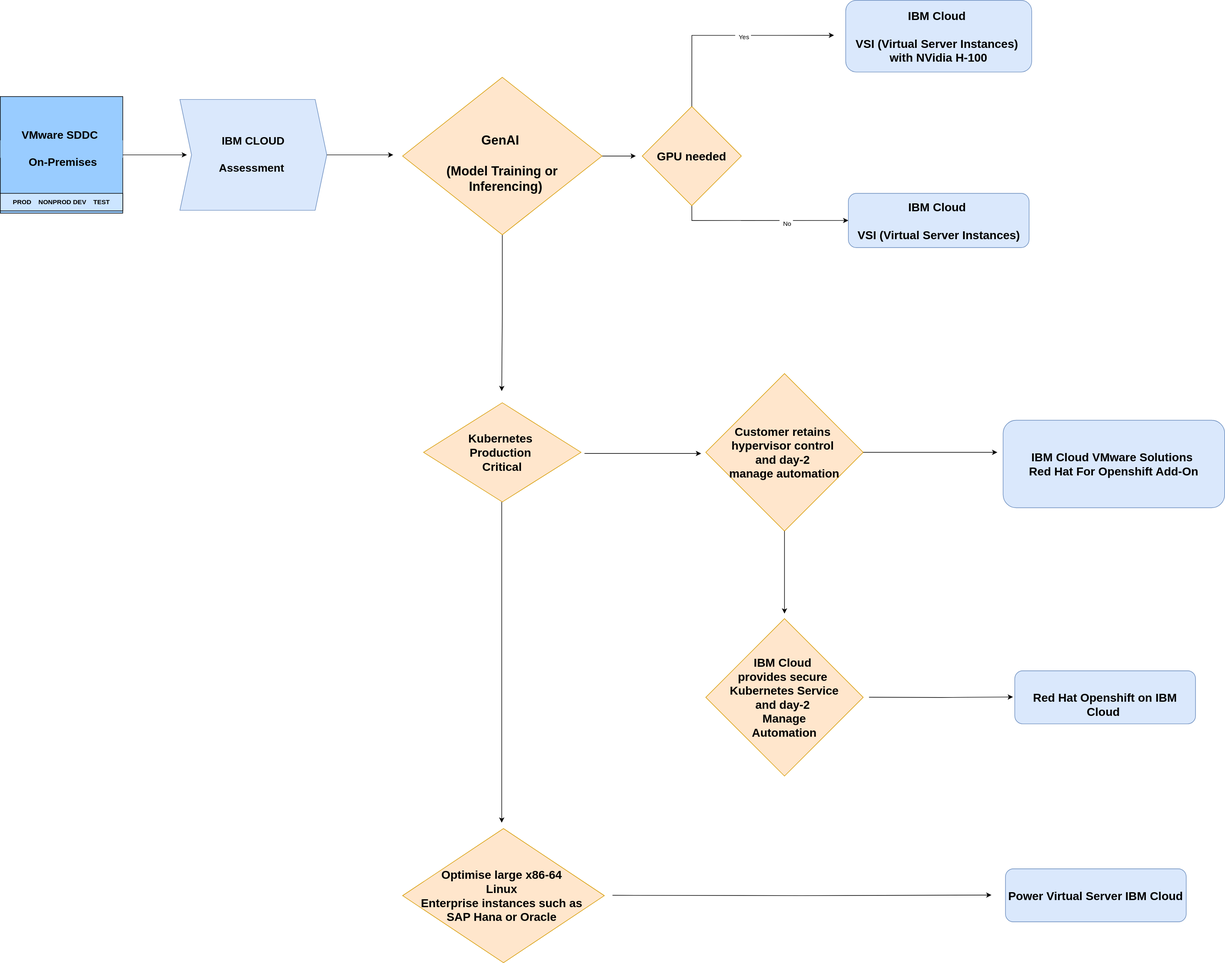
This is allinone-Decision-optimize.svg from ibm-cloud-docs/pattern-migration-options-vmware-workloads, a draw.io export, as it was before one commit. Source tidied: cells renumbered, new cells last; positions are measured from the earlier drawing's top-left corner, leaving out a move shared by most shapes.
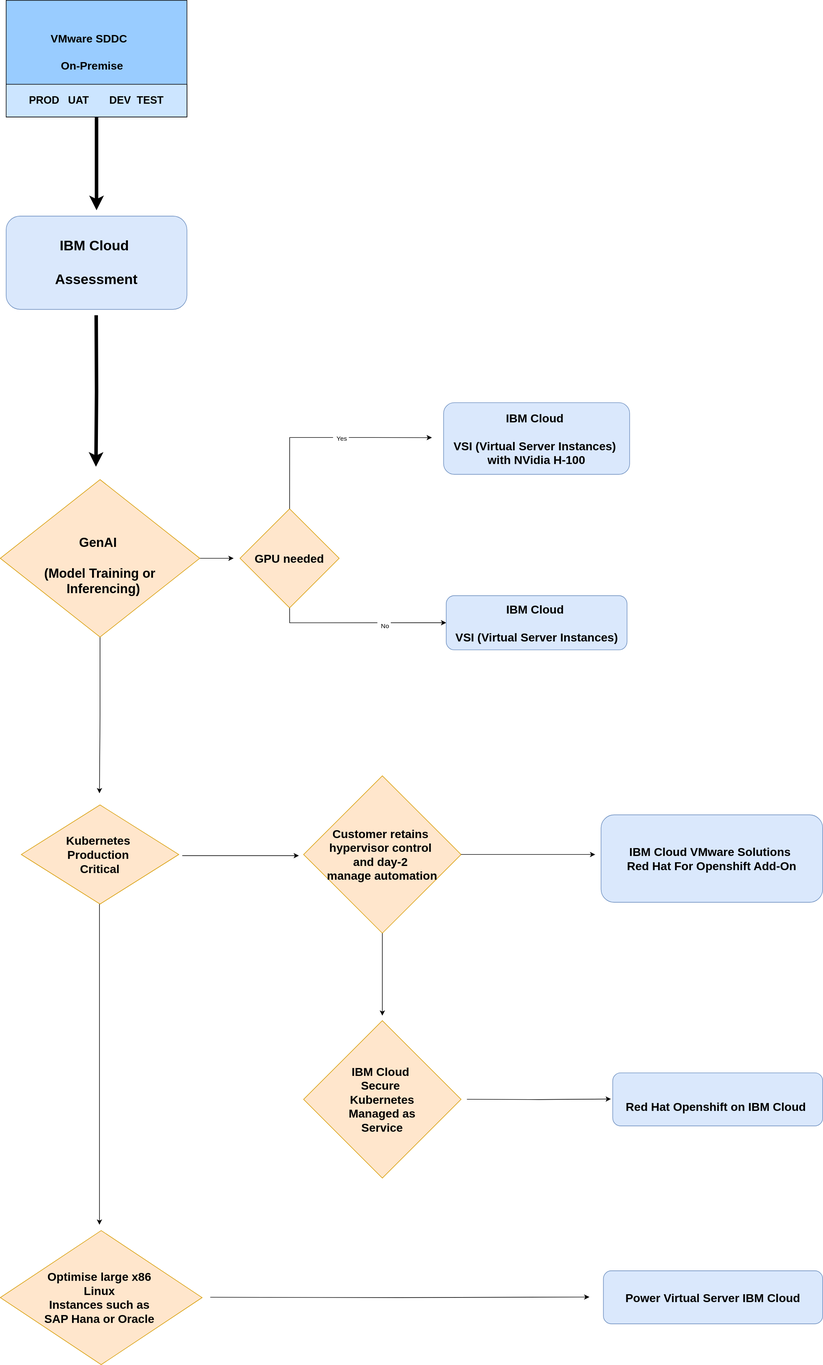
Later version of the same file.

Diff of the diagram source:
```diff
@@ -4,13 +4,15 @@
     <mxCell id="1" parent="0" />
-    <mxCell id="2" value="&lt;div style=&quot;font-size: 19px;&quot;&gt;&lt;font style=&quot;font-size: 19px;&quot;&gt;&lt;br&gt;&lt;/font&gt;&lt;/div&gt;&lt;b style=&quot;font-size: 19px;&quot;&gt;&lt;font style=&quot;font-size: 19px;&quot;&gt;IBM CLOUD&lt;/font&gt;&lt;/b&gt;&lt;div style=&quot;font-size: 19px;&quot;&gt;&lt;b style=&quot;&quot;&gt;&lt;font style=&quot;font-size: 19px;&quot;&gt;&lt;br&gt;&lt;/font&gt;&lt;/b&gt;&lt;div style=&quot;&quot;&gt;&lt;b&gt;&lt;font style=&quot;font-size: 19px;&quot;&gt;Assessment&amp;nbsp;&lt;/font&gt;&lt;/b&gt;&lt;/div&gt;&lt;div&gt;&lt;br&gt;&lt;/div&gt;&lt;/div&gt;" style="shape=step;perimeter=stepPerimeter;whiteSpace=wrap;html=1;fixedSize=1;fillColor=#dae8fc;strokeColor=#6c8ebf;" parent="1" vertex="1">
-      <mxGeometry x="308" y="170" width="252" height="190" as="geometry" />
+    <mxCell id="2" style="edgeStyle=orthogonalEdgeStyle;rounded=0;jettySize=auto;html=1;exitX=0.5;exitY=1;exitDx=0;exitDy=0;strokeWidth=6;" parent="1" edge="1" source="3">
+      <mxGeometry relative="1" as="geometry">
+        <mxPoint x="855" y="-330" as="targetPoint" />
+      </mxGeometry>
     </mxCell>
     <mxCell id="3" style="rounded=0;whiteSpace=wrap;html=1;fillColor=#99CCFF;" parent="1" vertex="1">
-      <mxGeometry y="165" width="210" height="200" as="geometry" />
+      <mxGeometry x="700" y="-690" width="310" height="200" as="geometry" />
     </mxCell>
-    <mxCell id="4" value="&lt;font style=&quot;font-size: 11px;&quot;&gt;&lt;b&gt;PROD&amp;nbsp; &amp;nbsp; NONPROD DEV&amp;nbsp; &amp;nbsp; TEST&lt;/b&gt;&lt;/font&gt;" style="rounded=0;whiteSpace=wrap;html=1;labelPosition=center;verticalLabelPosition=middle;align=center;verticalAlign=middle;fillColor=#CCE5FF;" parent="1" vertex="1">
-      <mxGeometry y="331" width="210" height="30" as="geometry" />
+    <mxCell id="4" value="&lt;font style=&quot;font-size: 18px;&quot;&gt;&lt;b&gt;PROD&amp;nbsp; &amp;nbsp;UAT&amp;nbsp; &amp;nbsp; &amp;nbsp; &amp;nbsp;DEV&amp;nbsp; TEST&lt;/b&gt;&lt;/font&gt;" style="rounded=0;whiteSpace=wrap;html=1;labelPosition=center;verticalLabelPosition=middle;align=center;verticalAlign=middle;fillColor=#CCE5FF;" parent="1" vertex="1">
+      <mxGeometry x="700" y="-546" width="310" height="56" as="geometry" />
     </mxCell>
-    <mxCell id="5" value="&lt;b style=&quot;font-size: 19px;&quot;&gt;&lt;font style=&quot;font-size: 19px;&quot;&gt;VMware SDDC&amp;nbsp;&lt;/font&gt;&lt;/b&gt;&lt;div style=&quot;font-size: 19px;&quot;&gt;&lt;b style=&quot;&quot;&gt;&lt;font style=&quot;font-size: 19px;&quot;&gt;&lt;br&gt;&lt;/font&gt;&lt;/b&gt;&lt;div style=&quot;&quot;&gt;&lt;b style=&quot;&quot;&gt;&lt;font style=&quot;font-size: 19px;&quot;&gt;&amp;nbsp;On-Premises&lt;/font&gt;&lt;/b&gt;&lt;/div&gt;&lt;/div&gt;" style="rounded=0;whiteSpace=wrap;html=1;labelPosition=center;verticalLabelPosition=middle;align=center;verticalAlign=middle;strokeColor=none;fillColor=#99CCFF;" parent="1" vertex="1">
-      <mxGeometry y="240" width="210" height="30" as="geometry" />
+    <mxCell id="5" value="&lt;b style=&quot;font-size: 19px;&quot;&gt;&lt;font style=&quot;font-size: 19px;&quot;&gt;VMware SDDC&amp;nbsp;&lt;/font&gt;&lt;/b&gt;&lt;div style=&quot;font-size: 19px;&quot;&gt;&lt;b style=&quot;&quot;&gt;&lt;font style=&quot;font-size: 19px;&quot;&gt;&lt;br&gt;&lt;/font&gt;&lt;/b&gt;&lt;div style=&quot;&quot;&gt;&lt;b style=&quot;&quot;&gt;&lt;font style=&quot;font-size: 19px;&quot;&gt;&amp;nbsp;On-Premise&lt;/font&gt;&lt;/b&gt;&lt;/div&gt;&lt;/div&gt;" style="rounded=0;whiteSpace=wrap;html=1;labelPosition=center;verticalLabelPosition=middle;align=center;verticalAlign=middle;strokeColor=none;fillColor=#99CCFF;" parent="1" vertex="1">
+      <mxGeometry x="740" y="-615" width="210" height="30" as="geometry" />
     </mxCell>
@@ -23,3 +25,3 @@
     <mxCell id="8" value="&lt;div style=&quot;font-size: 20px;&quot;&gt;&lt;b style=&quot;&quot;&gt;&lt;font style=&quot;font-size: 20px;&quot;&gt;&lt;br&gt;&lt;/font&gt;&lt;/b&gt;&lt;/div&gt;&lt;font style=&quot;font-size: 20px;&quot;&gt;&lt;b&gt;IBM Cloud VMware Solutions&lt;/b&gt;&lt;b style=&quot;background-color: initial;&quot;&gt;&amp;nbsp;&lt;/b&gt;&lt;/font&gt;&lt;div style=&quot;font-size: 20px;&quot;&gt;&lt;div style=&quot;&quot;&gt;&lt;b&gt;&lt;font style=&quot;font-size: 20px;&quot;&gt;Red Hat For Openshift Add-On&lt;/font&gt;&lt;/b&gt;&lt;/div&gt;&lt;div&gt;&lt;br&gt;&lt;/div&gt;&lt;/div&gt;" style="rounded=1;whiteSpace=wrap;html=1;fillColor=#dae8fc;strokeColor=#6c8ebf;" parent="1" vertex="1">
-      <mxGeometry x="1720" y="720" width="380" height="150" as="geometry" />
+      <mxGeometry x="1720" y="707" width="380" height="150" as="geometry" />
     </mxCell>
@@ -51,71 +53,72 @@
     </mxCell>
-    <mxCell id="15" style="edgeStyle=orthogonalEdgeStyle;rounded=0;jettySize=auto;html=1;exitX=1;exitY=0.5;exitDx=0;exitDy=0;entryX=-0.023;entryY=0.485;entryDx=0;entryDy=0;entryPerimeter=0;" parent="1" edge="1" source="2">
+    <mxCell id="15" style="edgeStyle=orthogonalEdgeStyle;rounded=0;jettySize=auto;html=1;exitX=1;exitY=0.5;exitDx=0;exitDy=0;" parent="1" edge="1" source="17">
       <mxGeometry relative="1" as="geometry">
-        <mxPoint x="674" y="265" as="targetPoint" />
+        <mxPoint x="1090" y="267" as="targetPoint" />
       </mxGeometry>
     </mxCell>
-    <mxCell id="16" style="edgeStyle=orthogonalEdgeStyle;rounded=0;jettySize=auto;html=1;exitX=1;exitY=0.5;exitDx=0;exitDy=0;entryX=0.048;entryY=0.5;entryDx=0;entryDy=0;entryPerimeter=0;" parent="1" edge="1" source="3" target="2">
-      <mxGeometry relative="1" as="geometry" />
+    <mxCell id="16" style="edgeStyle=orthogonalEdgeStyle;rounded=0;jettySize=auto;html=1;exitX=0.5;exitY=1;exitDx=0;exitDy=0;" parent="1" edge="1" source="17">
+      <mxGeometry relative="1" as="geometry">
+        <mxPoint x="860" y="670" as="targetPoint" />
+      </mxGeometry>
     </mxCell>
-    <mxCell id="17" style="edgeStyle=orthogonalEdgeStyle;rounded=0;jettySize=auto;html=1;exitX=1;exitY=0.5;exitDx=0;exitDy=0;" parent="1" edge="1" source="19">
-      <mxGeometry relative="1" as="geometry">
-        <mxPoint x="1090" y="267" as="targetPoint" />
-      </mxGeometry>
+    <mxCell id="17" value="&lt;font style=&quot;font-size: 22px;&quot;&gt;&lt;br&gt;&lt;/font&gt;&lt;div style=&quot;font-size: 22px;&quot;&gt;&lt;b style=&quot;&quot;&gt;&lt;font style=&quot;font-size: 22px;&quot;&gt;GenAI&amp;nbsp;&lt;/font&gt;&lt;/b&gt;&lt;/div&gt;&lt;div style=&quot;font-size: 22px;&quot;&gt;&lt;b style=&quot;&quot;&gt;&lt;font style=&quot;font-size: 22px;&quot;&gt;&lt;br&gt;&lt;/font&gt;&lt;/b&gt;&lt;/div&gt;&lt;div style=&quot;font-size: 22px;&quot;&gt;&lt;b style=&quot;&quot;&gt;&lt;font style=&quot;font-size: 22px;&quot;&gt;(Model Training or&lt;/font&gt;&lt;/b&gt;&lt;/div&gt;&lt;div style=&quot;font-size: 22px;&quot;&gt;&lt;b style=&quot;&quot;&gt;&lt;font style=&quot;font-size: 22px;&quot;&gt;&amp;nbsp; Inferencing)&lt;/font&gt;&lt;/b&gt;&lt;/div&gt;" style="rhombus;whiteSpace=wrap;html=1;fillColor=#ffe6cc;strokeColor=#d79b00;" parent="1" vertex="1">
+      <mxGeometry x="690" y="132" width="342" height="270" as="geometry" />
     </mxCell>
-    <mxCell id="18" style="edgeStyle=orthogonalEdgeStyle;rounded=0;jettySize=auto;html=1;exitX=0.5;exitY=1;exitDx=0;exitDy=0;" parent="1" edge="1" source="19">
-      <mxGeometry relative="1" as="geometry">
-        <mxPoint x="860" y="670" as="targetPoint" />
-      </mxGeometry>
+    <mxCell id="18" value="&lt;b&gt;&lt;font style=&quot;font-size: 20px;&quot;&gt;Customer retains&amp;nbsp; hypervisor control&amp;nbsp;&lt;/font&gt;&lt;/b&gt;&lt;div&gt;&lt;b&gt;&lt;font style=&quot;font-size: 20px;&quot;&gt;and day-2&amp;nbsp;&lt;/font&gt;&lt;/b&gt;&lt;/div&gt;&lt;div&gt;&lt;b&gt;&lt;font style=&quot;font-size: 20px;&quot;&gt;manage automation&lt;/font&gt;&lt;/b&gt;&lt;/div&gt;" style="rhombus;whiteSpace=wrap;html=1;fillColor=#ffe6cc;strokeColor=#d79b00;" parent="1" vertex="1">
+      <mxGeometry x="1210" y="640" width="270" height="270" as="geometry" />
     </mxCell>
-    <mxCell id="19" value="&lt;font style=&quot;font-size: 22px;&quot;&gt;&lt;br&gt;&lt;/font&gt;&lt;div style=&quot;font-size: 22px;&quot;&gt;&lt;b style=&quot;&quot;&gt;&lt;font style=&quot;font-size: 22px;&quot;&gt;GenAI&amp;nbsp;&lt;/font&gt;&lt;/b&gt;&lt;/div&gt;&lt;div style=&quot;font-size: 22px;&quot;&gt;&lt;b style=&quot;&quot;&gt;&lt;font style=&quot;font-size: 22px;&quot;&gt;&lt;br&gt;&lt;/font&gt;&lt;/b&gt;&lt;/div&gt;&lt;div style=&quot;font-size: 22px;&quot;&gt;&lt;b style=&quot;&quot;&gt;&lt;font style=&quot;font-size: 22px;&quot;&gt;(Model Training or&lt;/font&gt;&lt;/b&gt;&lt;/div&gt;&lt;div style=&quot;font-size: 22px;&quot;&gt;&lt;b style=&quot;&quot;&gt;&lt;font style=&quot;font-size: 22px;&quot;&gt;&amp;nbsp; Inferencing)&lt;/font&gt;&lt;/b&gt;&lt;/div&gt;" style="rhombus;whiteSpace=wrap;html=1;fillColor=#ffe6cc;strokeColor=#d79b00;" parent="1" vertex="1">
-      <mxGeometry x="690" y="132" width="342" height="270" as="geometry" />
+    <mxCell id="19" value="&lt;div style=&quot;font-size: 20px;&quot;&gt;&lt;b style=&quot;&quot;&gt;&lt;font style=&quot;font-size: 20px;&quot;&gt;&lt;br&gt;&lt;/font&gt;&lt;/b&gt;&lt;/div&gt;&lt;div style=&quot;font-size: 20px;&quot;&gt;&lt;b style=&quot;&quot;&gt;&lt;font style=&quot;font-size: 20px;&quot;&gt;Red Hat Openshift on IBM Cloud&amp;nbsp;&lt;/font&gt;&lt;/b&gt;&lt;/div&gt;" style="rounded=1;whiteSpace=wrap;html=1;fillColor=#dae8fc;strokeColor=#6c8ebf;" parent="1" vertex="1">
+      <mxGeometry x="1740" y="1149.5" width="360" height="91" as="geometry" />
     </mxCell>
-    <mxCell id="20" value="&lt;b&gt;&lt;font style=&quot;font-size: 20px;&quot;&gt;Customer retains&amp;nbsp; hypervisor control&amp;nbsp;&lt;/font&gt;&lt;/b&gt;&lt;div&gt;&lt;b&gt;&lt;font style=&quot;font-size: 20px;&quot;&gt;and day-2&amp;nbsp;&lt;/font&gt;&lt;/b&gt;&lt;/div&gt;&lt;div&gt;&lt;b&gt;&lt;font style=&quot;font-size: 20px;&quot;&gt;manage automation&lt;/font&gt;&lt;/b&gt;&lt;/div&gt;" style="rhombus;whiteSpace=wrap;html=1;fillColor=#ffe6cc;strokeColor=#d79b00;" parent="1" vertex="1">
-      <mxGeometry x="1210" y="640" width="270" height="270" as="geometry" />
+    <mxCell id="20" style="edgeStyle=orthogonalEdgeStyle;rounded=0;orthogonalLoop=1;jettySize=auto;html=1;entryX=0;entryY=0.5;entryDx=0;entryDy=0;" parent="1" edge="1">
+      <mxGeometry relative="1" as="geometry">
+        <mxPoint x="1002" y="777" as="sourcePoint" />
+        <mxPoint x="1202" y="777" as="targetPoint" />
+      </mxGeometry>
     </mxCell>
-    <mxCell id="21" value="&lt;div style=&quot;font-size: 20px;&quot;&gt;&lt;b style=&quot;&quot;&gt;&lt;font style=&quot;font-size: 20px;&quot;&gt;&lt;br&gt;&lt;/font&gt;&lt;/b&gt;&lt;/div&gt;&lt;div style=&quot;font-size: 20px;&quot;&gt;&lt;b style=&quot;&quot;&gt;&lt;font style=&quot;font-size: 20px;&quot;&gt;Red Hat Openshift on IBM Cloud&amp;nbsp;&lt;/font&gt;&lt;/b&gt;&lt;/div&gt;" style="rounded=1;whiteSpace=wrap;html=1;fillColor=#dae8fc;strokeColor=#6c8ebf;" parent="1" vertex="1">
-      <mxGeometry x="1740" y="1149.5" width="310" height="91" as="geometry" />
+    <mxCell id="21" style="edgeStyle=orthogonalEdgeStyle;rounded=0;jettySize=auto;html=1;exitX=0.5;exitY=1;exitDx=0;exitDy=0;entryX=0.5;entryY=-0.039;entryDx=0;entryDy=0;entryPerimeter=0;" parent="1" edge="1" source="18">
+      <mxGeometry relative="1" as="geometry">
+        <mxPoint x="1345" y="1051.4" as="targetPoint" />
+      </mxGeometry>
     </mxCell>
-    <mxCell id="22" style="edgeStyle=orthogonalEdgeStyle;rounded=0;orthogonalLoop=1;jettySize=auto;html=1;entryX=0;entryY=0.5;entryDx=0;entryDy=0;" parent="1" edge="1">
+    <mxCell id="22" style="edgeStyle=orthogonalEdgeStyle;rounded=0;jettySize=auto;html=1;exitX=1;exitY=0.5;exitDx=0;exitDy=0;" parent="1" edge="1" source="18">
       <mxGeometry relative="1" as="geometry">
-        <mxPoint x="1002" y="777" as="sourcePoint" />
-        <mxPoint x="1202" y="777" as="targetPoint" />
+        <mxPoint x="1710" y="775" as="targetPoint" />
       </mxGeometry>
     </mxCell>
-    <mxCell id="23" style="edgeStyle=orthogonalEdgeStyle;rounded=0;jettySize=auto;html=1;exitX=0.5;exitY=1;exitDx=0;exitDy=0;entryX=0.5;entryY=-0.039;entryDx=0;entryDy=0;entryPerimeter=0;" parent="1" edge="1" source="20">
+    <mxCell id="23" style="edgeStyle=orthogonalEdgeStyle;rounded=0;orthogonalLoop=1;jettySize=auto;html=1;entryX=-0.01;entryY=0.61;entryDx=0;entryDy=0;entryPerimeter=0;" parent="1" edge="1">
       <mxGeometry relative="1" as="geometry">
-        <mxPoint x="1345" y="1051.4" as="targetPoint" />
+        <mxPoint x="1490" y="1194.9" as="sourcePoint" />
+        <mxPoint x="1736.9" y="1194.4" as="targetPoint" />
       </mxGeometry>
     </mxCell>
-    <mxCell id="24" style="edgeStyle=orthogonalEdgeStyle;rounded=0;jettySize=auto;html=1;exitX=1;exitY=0.5;exitDx=0;exitDy=0;" parent="1" edge="1" source="20">
+    <mxCell id="24" style="edgeStyle=orthogonalEdgeStyle;rounded=0;orthogonalLoop=1;jettySize=auto;html=1;exitX=1;exitY=0.5;exitDx=0;exitDy=0;" parent="1" edge="1">
       <mxGeometry relative="1" as="geometry">
-        <mxPoint x="1710" y="775" as="targetPoint" />
+        <mxPoint x="1050" y="1534.4" as="sourcePoint" />
+        <mxPoint x="1700" y="1534" as="targetPoint" />
       </mxGeometry>
     </mxCell>
-    <mxCell id="25" style="edgeStyle=orthogonalEdgeStyle;rounded=0;orthogonalLoop=1;jettySize=auto;html=1;entryX=-0.01;entryY=0.61;entryDx=0;entryDy=0;entryPerimeter=0;" parent="1" edge="1">
-      <mxGeometry relative="1" as="geometry">
-        <mxPoint x="1490" y="1194.9" as="sourcePoint" />
-        <mxPoint x="1736.9" y="1194.4" as="targetPoint" />
-      </mxGeometry>
+    <mxCell id="25" value="&lt;div style=&quot;font-size: 20px;&quot;&gt;&lt;font style=&quot;font-size: 20px;&quot;&gt;&lt;b&gt;Optimise large x86&amp;nbsp;&lt;/b&gt;&lt;/font&gt;&lt;/div&gt;&lt;div style=&quot;font-size: 20px;&quot;&gt;&lt;font style=&quot;font-size: 20px;&quot;&gt;&lt;b&gt;Linux&amp;nbsp;&lt;/b&gt;&lt;/font&gt;&lt;/div&gt;&lt;div style=&quot;font-size: 20px;&quot;&gt;&lt;font style=&quot;font-size: 20px;&quot;&gt;&lt;b&gt;Instances such as&amp;nbsp;&lt;/b&gt;&lt;/font&gt;&lt;/div&gt;&lt;div style=&quot;font-size: 20px;&quot;&gt;&lt;font style=&quot;font-size: 20px;&quot;&gt;&lt;b&gt;SAP Hana or Oracle&amp;nbsp;&lt;/b&gt;&lt;/font&gt;&lt;/div&gt;" style="rhombus;whiteSpace=wrap;html=1;fillColor=#ffe6cc;strokeColor=#d79b00;" parent="1" vertex="1">
+      <mxGeometry x="690" y="1420" width="346" height="230" as="geometry" />
     </mxCell>
-    <mxCell id="26" style="edgeStyle=orthogonalEdgeStyle;rounded=0;orthogonalLoop=1;jettySize=auto;html=1;exitX=1;exitY=0.5;exitDx=0;exitDy=0;" parent="1" edge="1">
-      <mxGeometry relative="1" as="geometry">
-        <mxPoint x="1050" y="1534.4" as="sourcePoint" />
-        <mxPoint x="1700" y="1534" as="targetPoint" />
-      </mxGeometry>
+    <mxCell id="26" value="&lt;font style=&quot;font-size: 20px;&quot;&gt;&lt;b&gt;Power Virtual Server IBM Cloud&lt;/b&gt;&lt;/font&gt;" style="rounded=1;whiteSpace=wrap;html=1;fillColor=#dae8fc;strokeColor=#6c8ebf;" parent="1" vertex="1">
+      <mxGeometry x="1724" y="1489" width="376" height="91" as="geometry" />
     </mxCell>
-    <mxCell id="27" value="&lt;div style=&quot;font-size: 20px;&quot;&gt;&lt;font style=&quot;font-size: 20px;&quot;&gt;&lt;b&gt;Optimise large x86-64&amp;nbsp;&lt;/b&gt;&lt;/font&gt;&lt;/div&gt;&lt;div style=&quot;font-size: 20px;&quot;&gt;&lt;font style=&quot;font-size: 20px;&quot;&gt;&lt;b&gt;Linux&amp;nbsp;&lt;/b&gt;&lt;/font&gt;&lt;/div&gt;&lt;div style=&quot;font-size: 20px;&quot;&gt;&lt;font style=&quot;font-size: 20px;&quot;&gt;&lt;b&gt;Enterprise instances such as&amp;nbsp;&lt;/b&gt;&lt;/font&gt;&lt;/div&gt;&lt;div style=&quot;font-size: 20px;&quot;&gt;&lt;font style=&quot;font-size: 20px;&quot;&gt;&lt;b&gt;SAP Hana or Oracle&amp;nbsp;&lt;/b&gt;&lt;/font&gt;&lt;/div&gt;" style="rhombus;whiteSpace=wrap;html=1;fillColor=#ffe6cc;strokeColor=#d79b00;" parent="1" vertex="1">
-      <mxGeometry x="690" y="1420" width="346" height="230" as="geometry" />
+    <mxCell id="27" style="edgeStyle=orthogonalEdgeStyle;rounded=0;orthogonalLoop=1;jettySize=auto;html=1;" parent="1" edge="1">
+      <mxGeometry relative="1" as="geometry">
+        <mxPoint x="860" y="860" as="sourcePoint" />
+        <mxPoint x="860" y="1410" as="targetPoint" />
+      </mxGeometry>
     </mxCell>
-    <mxCell id="28" value="&lt;font style=&quot;font-size: 20px;&quot;&gt;&lt;b&gt;Power Virtual Server IBM Cloud&lt;/b&gt;&lt;/font&gt;" style="rounded=1;whiteSpace=wrap;html=1;fillColor=#dae8fc;strokeColor=#6c8ebf;" parent="1" vertex="1">
-      <mxGeometry x="1724" y="1489" width="310" height="91" as="geometry" />
+    <mxCell id="28" value="&lt;b style=&quot;font-size: 20px;&quot;&gt;IBM Cloud&amp;nbsp;&lt;/b&gt;&lt;div&gt;&lt;b style=&quot;font-size: 20px;&quot;&gt;Secure&amp;nbsp;&lt;/b&gt;&lt;div style=&quot;font-size: 20px;&quot;&gt;&lt;b&gt;Kubernetes&lt;/b&gt;&lt;/div&gt;&lt;/div&gt;&lt;div style=&quot;font-size: 20px;&quot;&gt;&lt;b&gt;Managed as&lt;/b&gt;&lt;/div&gt;&lt;div style=&quot;font-size: 20px;&quot;&gt;&lt;b&gt;Service&lt;/b&gt;&lt;/div&gt;" style="rhombus;whiteSpace=wrap;html=1;fillColor=#ffe6cc;strokeColor=#d79b00;" parent="1" vertex="1">
+      <mxGeometry x="1210" y="1060" width="270" height="270" as="geometry" />
     </mxCell>
-    <mxCell id="29" style="edgeStyle=orthogonalEdgeStyle;rounded=0;orthogonalLoop=1;jettySize=auto;html=1;" parent="1" edge="1">
-      <mxGeometry relative="1" as="geometry">
-        <mxPoint x="860" y="860" as="sourcePoint" />
-        <mxPoint x="860" y="1410" as="targetPoint" />
-      </mxGeometry>
+    <mxCell id="29" value="&lt;font style=&quot;font-size: 24px;&quot;&gt;&lt;b&gt;IBM Cloud&amp;nbsp;&lt;/b&gt;&lt;/font&gt;&lt;div style=&quot;font-size: 24px;&quot;&gt;&lt;font style=&quot;font-size: 24px;&quot;&gt;&lt;b&gt;&lt;br&gt;&lt;/b&gt;&lt;/font&gt;&lt;/div&gt;&lt;div style=&quot;font-size: 24px;&quot;&gt;&lt;font style=&quot;font-size: 24px;&quot;&gt;&lt;b&gt;Assessment&lt;/b&gt;&lt;/font&gt;&lt;/div&gt;" style="rounded=1;whiteSpace=wrap;html=1;fillColor=#dae8fc;strokeColor=#6c8ebf;" parent="1" vertex="1">
+      <mxGeometry x="700" y="-320" width="310" height="160" as="geometry" />
     </mxCell>
-    <mxCell id="30" value="&lt;b style=&quot;font-size: 20px;&quot;&gt;IBM Cloud&amp;nbsp;&lt;/b&gt;&lt;div&gt;&lt;b style=&quot;font-size: 20px;&quot;&gt;provides secure&amp;nbsp;&lt;/b&gt;&lt;div style=&quot;font-size: 20px;&quot;&gt;&lt;b&gt;Kubernetes Service&lt;/b&gt;&lt;/div&gt;&lt;/div&gt;&lt;div style=&quot;font-size: 20px;&quot;&gt;&lt;b&gt;and day-2&amp;nbsp;&lt;/b&gt;&lt;/div&gt;&lt;div style=&quot;font-size: 20px;&quot;&gt;&lt;b&gt;Manage&lt;/b&gt;&lt;/div&gt;&lt;div style=&quot;font-size: 20px;&quot;&gt;&lt;b&gt;Automation&lt;/b&gt;&lt;/div&gt;" style="rhombus;whiteSpace=wrap;html=1;fillColor=#ffe6cc;strokeColor=#d79b00;" parent="1" vertex="1">
-      <mxGeometry x="1210" y="1060" width="270" height="270" as="geometry" />
+    <mxCell id="30" style="edgeStyle=orthogonalEdgeStyle;rounded=0;orthogonalLoop=1;jettySize=auto;html=1;exitX=0.5;exitY=1;exitDx=0;exitDy=0;strokeWidth=6;" parent="1" edge="1">
+      <mxGeometry relative="1" as="geometry">
+        <mxPoint x="854.4" y="-150" as="sourcePoint" />
+        <mxPoint x="854" y="110" as="targetPoint" />
+      </mxGeometry>
     </mxCell>
```
